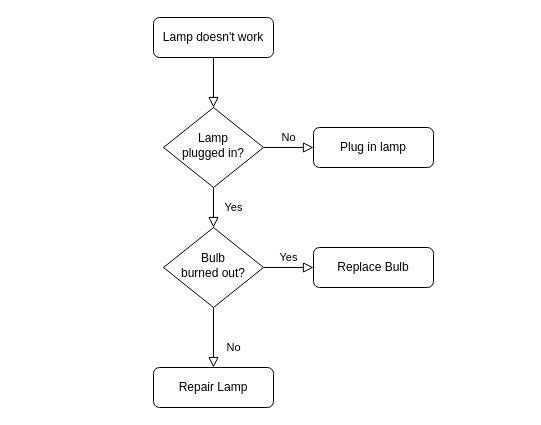
Abduh-Belhaje/Abduh-Belhaje keeps this draw.io diagram as Diagramme sans nom.drawio. Above is the earlier version. Source tidied: cells renumbered, new cells numbered last; positions are measured from the earlier drawing's top-left corner, leaving out a move shared by most shapes. Both pictures are drawn from the tidied source at 100%, with x=0, y=0 at pixel (153, 17).
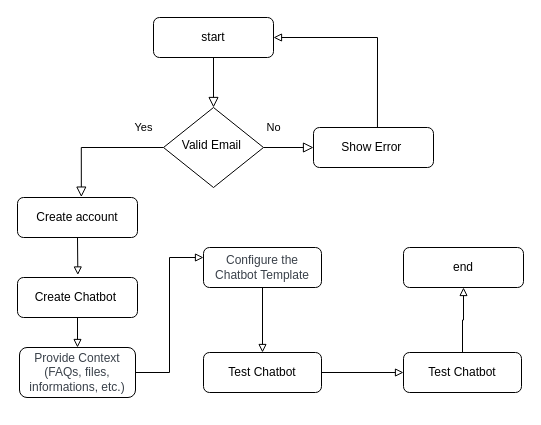
The same diagram, later.

Commit message:
Mettre à jour Diagramme sans nom.drawio

Diff of the diagram source:
```diff
@@
-    <mxCell id="3" value="Lamp doesn't work" style="rounded=1;whiteSpace=wrap;html=1;fontSize=12;glass=0;strokeWidth=1;shadow=0;" parent="1" vertex="1">
+    <mxCell id="3" value="start" style="rounded=1;whiteSpace=wrap;html=1;fontSize=12;glass=0;strokeWidth=1;shadow=0;" parent="1" vertex="1">
       <mxGeometry width="120" height="40" as="geometry" />
     </mxCell>
-    <mxCell id="4" value="Yes" style="rounded=0;html=1;jettySize=auto;fontSize=11;endArrow=block;endFill=0;endSize=8;strokeWidth=1;shadow=0;labelBackgroundColor=none;edgeStyle=orthogonalEdgeStyle;" parent="1" edge="1" source="6" target="10">
-      <mxGeometry y="20" relative="1" as="geometry" />
+    <mxCell id="4" value="No" style="rounded=0;html=1;jettySize=auto;fontSize=11;endArrow=block;endFill=0;endSize=8;strokeWidth=1;shadow=0;labelBackgroundColor=none;edgeStyle=orthogonalEdgeStyle;entryX=0.532;entryY=-0.01;entryDx=0;entryDy=0;entryPerimeter=0;" parent="1" edge="1" source="6" target="12">
+      <mxGeometry x="-1" y="-112" relative="1" as="geometry">
+        <mxPoint x="110" y="92" as="offset" />
+      </mxGeometry>
     </mxCell>
-    <mxCell id="5" value="No" style="edgeStyle=orthogonalEdgeStyle;rounded=0;html=1;jettySize=auto;fontSize=11;endArrow=block;endFill=0;endSize=8;strokeWidth=1;shadow=0;labelBackgroundColor=none;" parent="1" edge="1" source="6" target="7">
-      <mxGeometry y="10" relative="1" as="geometry" />
+    <mxCell id="5" value="Yes" style="edgeStyle=orthogonalEdgeStyle;rounded=0;html=1;jettySize=auto;fontSize=11;endArrow=block;endFill=0;endSize=8;strokeWidth=1;shadow=0;labelBackgroundColor=none;" parent="1" edge="1" source="6" target="7">
+      <mxGeometry x="-1" y="122" relative="1" as="geometry">
+        <mxPoint x="-120" y="102" as="offset" />
+      </mxGeometry>
     </mxCell>
-    <mxCell id="6" value="Lamp&lt;br&gt;plugged in?" style="rhombus;whiteSpace=wrap;html=1;shadow=0;fontFamily=Helvetica;fontSize=12;align=center;strokeWidth=1;spacing=6;spacingTop=-4;" parent="1" vertex="1">
+    <mxCell id="6" value="Valid Email&amp;nbsp;" style="rhombus;whiteSpace=wrap;html=1;shadow=0;fontFamily=Helvetica;fontSize=12;align=center;strokeWidth=1;spacing=6;spacingTop=-4;" parent="1" vertex="1">
       <mxGeometry x="10" y="90" width="100" height="80" as="geometry" />
     </mxCell>
+    <mxCell id="13" style="edgeStyle=orthogonalEdgeStyle;rounded=0;jettySize=auto;html=1;entryX=1;entryY=0.5;entryDx=0;entryDy=0;exitX=0.533;exitY=0.012;exitDx=0;exitDy=0;exitPerimeter=0;endArrow=block;endFill=0;" parent="1" edge="1" source="7" target="3">
+      <mxGeometry relative="1" as="geometry" />
+    </mxCell>
-    <mxCell id="7" value="Plug in lamp" style="rounded=1;whiteSpace=wrap;html=1;fontSize=12;glass=0;strokeWidth=1;shadow=0;" parent="1" vertex="1">
+    <mxCell id="7" value="Show Error&amp;nbsp;" style="rounded=1;whiteSpace=wrap;html=1;fontSize=12;glass=0;strokeWidth=1;shadow=0;" parent="1" vertex="1">
       <mxGeometry x="160" y="110" width="120" height="40" as="geometry" />
     </mxCell>
-    <mxCell id="8" value="No" style="rounded=0;html=1;jettySize=auto;fontSize=11;endArrow=block;endFill=0;endSize=8;strokeWidth=1;shadow=0;labelBackgroundColor=none;edgeStyle=orthogonalEdgeStyle;" parent="1" edge="1" source="10" target="11">
-      <mxGeometry x="0.33" y="20" relative="1" as="geometry" />
-    </mxCell>
-    <mxCell id="9" value="Yes" style="edgeStyle=orthogonalEdgeStyle;rounded=0;html=1;jettySize=auto;fontSize=11;endArrow=block;endFill=0;endSize=8;strokeWidth=1;shadow=0;labelBackgroundColor=none;" parent="1" edge="1" source="10" target="12">
-      <mxGeometry y="10" relative="1" as="geometry" />
-    </mxCell>
-    <mxCell id="10" value="Bulb&lt;br&gt;burned out?" style="rhombus;whiteSpace=wrap;html=1;shadow=0;fontFamily=Helvetica;fontSize=12;align=center;strokeWidth=1;spacing=6;spacingTop=-4;" parent="1" vertex="1">
-      <mxGeometry x="10" y="210" width="100" height="80" as="geometry" />
-    </mxCell>
+    <mxCell id="14" style="edgeStyle=orthogonalEdgeStyle;rounded=0;jettySize=auto;html=1;endArrow=block;endFill=0;" parent="1" edge="1" source="11" target="17">
+      <mxGeometry relative="1" as="geometry" />
+    </mxCell>
-    <mxCell id="11" value="Repair Lamp" style="rounded=1;whiteSpace=wrap;html=1;fontSize=12;glass=0;strokeWidth=1;shadow=0;" parent="1" vertex="1">
-      <mxGeometry y="350" width="120" height="40" as="geometry" />
+    <mxCell id="11" value="Create Chatbot&amp;nbsp;" style="rounded=1;whiteSpace=wrap;html=1;fontSize=12;glass=0;strokeWidth=1;shadow=0;" parent="1" vertex="1">
+      <mxGeometry x="-136" y="260" width="120" height="40" as="geometry" />
     </mxCell>
-    <mxCell id="12" value="Replace Bulb" style="rounded=1;whiteSpace=wrap;html=1;fontSize=12;glass=0;strokeWidth=1;shadow=0;" parent="1" vertex="1">
-      <mxGeometry x="160" y="230" width="120" height="40" as="geometry" />
+    <mxCell id="12" value="Create account" style="rounded=1;whiteSpace=wrap;html=1;fontSize=12;glass=0;strokeWidth=1;shadow=0;" parent="1" vertex="1">
+      <mxGeometry x="-136" y="180" width="120" height="40" as="geometry" />
     </mxCell>
+    <mxCell id="15" style="edgeStyle=orthogonalEdgeStyle;rounded=0;jettySize=auto;html=1;exitX=0.5;exitY=1;exitDx=0;exitDy=0;entryX=0.503;entryY=-0.063;entryDx=0;entryDy=0;entryPerimeter=0;endArrow=block;endFill=0;" parent="1" edge="1" source="12" target="11">
+      <mxGeometry relative="1" as="geometry" />
+    </mxCell>
+    <mxCell id="16" style="edgeStyle=orthogonalEdgeStyle;rounded=0;jettySize=auto;html=1;endArrow=block;endFill=0;entryX=0;entryY=0.25;entryDx=0;entryDy=0;" parent="1" edge="1" source="17" target="19">
+      <mxGeometry relative="1" as="geometry" />
+    </mxCell>
+    <mxCell id="17" value="&lt;span&gt;&lt;span style=&quot;color:#3a414a;&quot;&gt;Provide Context (FAQs, files, informations, etc.)&lt;/span&gt;&lt;/span&gt;" style="rounded=1;whiteSpace=wrap;html=1;fontSize=12;glass=0;strokeWidth=1;shadow=0;" parent="1" vertex="1">
+      <mxGeometry x="-134" y="330" width="116" height="50" as="geometry" />
+    </mxCell>
+    <mxCell id="18" style="edgeStyle=orthogonalEdgeStyle;rounded=0;jettySize=auto;html=1;endArrow=block;endFill=0;" parent="1" edge="1" source="19" target="21">
+      <mxGeometry relative="1" as="geometry" />
+    </mxCell>
+    <mxCell id="19" value="&lt;span&gt;&lt;span style=&quot;color:#3a414a;&quot;&gt;Configure the Chatbot Template&lt;/span&gt;&lt;/span&gt;" style="rounded=1;whiteSpace=wrap;html=1;fontSize=12;glass=0;strokeWidth=1;shadow=0;" parent="1" vertex="1">
+      <mxGeometry x="50" y="230" width="118" height="40" as="geometry" />
+    </mxCell>
+    <mxCell id="20" style="edgeStyle=orthogonalEdgeStyle;rounded=0;jettySize=auto;html=1;endArrow=block;endFill=0;" parent="1" edge="1" source="21" target="23">
+      <mxGeometry relative="1" as="geometry" />
+    </mxCell>
+    <mxCell id="21" value="Test Chatbot" style="rounded=1;whiteSpace=wrap;html=1;fontSize=12;glass=0;strokeWidth=1;shadow=0;" parent="1" vertex="1">
+      <mxGeometry x="50" y="335" width="118" height="40" as="geometry" />
+    </mxCell>
+    <mxCell id="22" style="edgeStyle=orthogonalEdgeStyle;rounded=0;jettySize=auto;html=1;endArrow=block;endFill=0;" parent="1" edge="1" source="23" target="24">
+      <mxGeometry relative="1" as="geometry" />
+    </mxCell>
+    <mxCell id="23" value="Test Chatbot" style="rounded=1;whiteSpace=wrap;html=1;fontSize=12;glass=0;strokeWidth=1;shadow=0;" parent="1" vertex="1">
+      <mxGeometry x="250" y="335" width="118" height="40" as="geometry" />
+    </mxCell>
+    <mxCell id="24" value="end" style="rounded=1;whiteSpace=wrap;html=1;fontSize=12;glass=0;strokeWidth=1;shadow=0;" parent="1" vertex="1">
+      <mxGeometry x="250" y="230" width="120" height="40" as="geometry" />
+    </mxCell>
```
